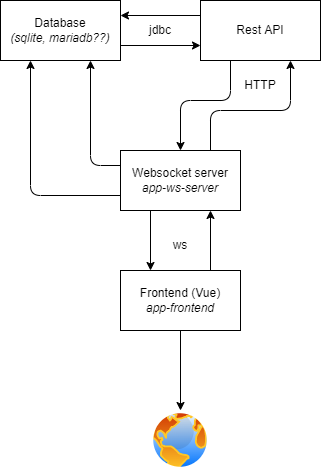
Above: docs/target_archi.png in remiCzn/rififis-a-phiphi (draw.io), before the change. Source tidied: cells renumbered, new cells last; positions are measured from the earlier drawing's top-left corner, leaving out a move shared by most shapes.
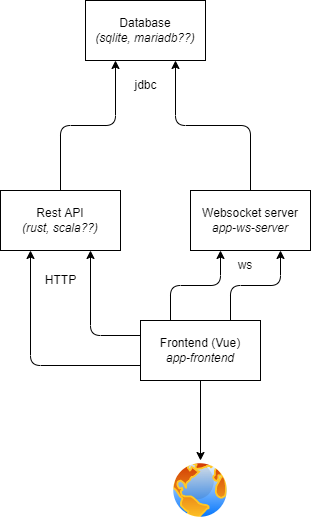
The same diagram one commit later.

What changed in the source:
```diff
@@ -7,63 +7,47 @@
         <mxPoint x="180" y="410" as="targetPoint" />
       </mxGeometry>
     </mxCell>
-    <mxCell id="3" style="edgeStyle=none;html=1;exitX=0.75;exitY=0;exitDx=0;exitDy=0;entryX=0.75;entryY=1;entryDx=0;entryDy=0;" parent="1" edge="1" source="4" target="10">
+    <mxCell id="3" style="edgeStyle=orthogonalEdgeStyle;html=1;exitX=0.75;exitY=0;exitDx=0;exitDy=0;entryX=0.75;entryY=1;entryDx=0;entryDy=0;" parent="1" edge="1" source="4" target="10">
       <mxGeometry relative="1" as="geometry" />
     </mxCell>
+    <mxCell id="19" style="edgeStyle=orthogonalEdgeStyle;html=1;exitX=0.25;exitY=0;exitDx=0;exitDy=0;entryX=0.25;entryY=1;entryDx=0;entryDy=0;" parent="1" edge="1" source="4" target="10">
+      <mxGeometry relative="1" as="geometry" />
+    </mxCell>
+    <mxCell id="20" style="edgeStyle=orthogonalEdgeStyle;html=1;exitX=0;exitY=0.25;exitDx=0;exitDy=0;entryX=0.75;entryY=1;entryDx=0;entryDy=0;" parent="1" edge="1" source="4" target="13">
+      <mxGeometry relative="1" as="geometry" />
+    </mxCell>
+    <mxCell id="21" style="edgeStyle=orthogonalEdgeStyle;html=1;exitX=0;exitY=0.75;exitDx=0;exitDy=0;entryX=0.25;entryY=1;entryDx=0;entryDy=0;" parent="1" edge="1" source="4" target="13">
+      <mxGeometry relative="1" as="geometry" />
+    </mxCell>
     <mxCell id="4" value="Frontend (Vue)&lt;br&gt;&lt;i&gt;app-frontend&lt;/i&gt;" style="rounded=0;whiteSpace=wrap;html=1;" parent="1" vertex="1">
       <mxGeometry x="120" y="270" width="120" height="60" as="geometry" />
     </mxCell>
     <mxCell id="5" style="perimeter=ellipsePerimeter;html=1;align=center;shadow=0;dashed=0;spacingTop=3;image;image=img/lib/active_directory/internet_globe.svg;" parent="1" vertex="1">
       <mxGeometry x="150" y="410" width="60" height="60" as="geometry" />
     </mxCell>
-    <mxCell id="6" style="edgeStyle=none;html=1;exitX=0.25;exitY=1;exitDx=0;exitDy=0;entryX=0.25;entryY=0;entryDx=0;entryDy=0;" parent="1" edge="1" source="10" target="4">
-      <mxGeometry relative="1" as="geometry" />
-    </mxCell>
-    <mxCell id="7" style="edgeStyle=orthogonalEdgeStyle;html=1;exitX=0.75;exitY=0;exitDx=0;exitDy=0;entryX=0.75;entryY=1;entryDx=0;entryDy=0;" parent="1" edge="1" source="10" target="13">
-      <mxGeometry relative="1" as="geometry">
-        <Array as="points">
-          <mxPoint x="210" y="110" />
-          <mxPoint x="290" y="110" />
-        </Array>
-      </mxGeometry>
-    </mxCell>
-    <mxCell id="8" style="edgeStyle=orthogonalEdgeStyle;html=1;exitX=0;exitY=0.25;exitDx=0;exitDy=0;entryX=0.75;entryY=1;entryDx=0;entryDy=0;" parent="1" edge="1" source="10" target="17">
-      <mxGeometry relative="1" as="geometry" />
-    </mxCell>
-    <mxCell id="9" style="edgeStyle=orthogonalEdgeStyle;html=1;exitX=0;exitY=0.75;exitDx=0;exitDy=0;entryX=0.25;entryY=1;entryDx=0;entryDy=0;" parent="1" edge="1" source="10" target="17">
-      <mxGeometry relative="1" as="geometry" />
-    </mxCell>
+    <mxCell id="22" style="edgeStyle=orthogonalEdgeStyle;html=1;exitX=0.5;exitY=0;exitDx=0;exitDy=0;entryX=0.75;entryY=1;entryDx=0;entryDy=0;" parent="1" edge="1" source="10" target="17">
+      <mxGeometry relative="1" as="geometry" />
+    </mxCell>
     <mxCell id="10" value="Websocket server&lt;br&gt;&lt;i&gt;app-ws-server&lt;/i&gt;" style="rounded=0;whiteSpace=wrap;html=1;" parent="1" vertex="1">
-      <mxGeometry x="120" y="150" width="120" height="60" as="geometry" />
+      <mxGeometry x="170" y="140" width="120" height="60" as="geometry" />
     </mxCell>
-    <mxCell id="11" style="edgeStyle=orthogonalEdgeStyle;html=1;exitX=0.25;exitY=1;exitDx=0;exitDy=0;entryX=0.5;entryY=0;entryDx=0;entryDy=0;" parent="1" edge="1" source="13" target="10">
-      <mxGeometry relative="1" as="geometry">
-        <Array as="points">
-          <mxPoint x="230" y="100" />
-          <mxPoint x="180" y="100" />
-        </Array>
-      </mxGeometry>
-    </mxCell>
-    <mxCell id="12" style="edgeStyle=orthogonalEdgeStyle;html=1;exitX=0;exitY=0.25;exitDx=0;exitDy=0;entryX=1;entryY=0.25;entryDx=0;entryDy=0;" parent="1" edge="1" source="13" target="17">
+    <mxCell id="12" style="edgeStyle=orthogonalEdgeStyle;html=1;exitX=0.5;exitY=0;exitDx=0;exitDy=0;entryX=0.25;entryY=1;entryDx=0;entryDy=0;" parent="1" edge="1" source="13" target="17">
       <mxGeometry relative="1" as="geometry" />
     </mxCell>
-    <mxCell id="13" value="Rest API" style="rounded=0;whiteSpace=wrap;html=1;" parent="1" vertex="1">
-      <mxGeometry x="200" width="120" height="60" as="geometry" />
+    <mxCell id="13" value="Rest API&lt;br&gt;&lt;i&gt;(rust, scala??)&lt;/i&gt;" style="rounded=0;whiteSpace=wrap;html=1;" parent="1" vertex="1">
+      <mxGeometry x="-20" y="140" width="120" height="60" as="geometry" />
     </mxCell>
     <mxCell id="14" value="ws" style="text;html=1;strokeColor=none;fillColor=none;align=center;verticalAlign=middle;whiteSpace=wrap;rounded=0;" parent="1" vertex="1">
-      <mxGeometry x="150" y="230" width="60" height="30" as="geometry" />
+      <mxGeometry x="210" y="200" width="30" height="30" as="geometry" />
     </mxCell>
+    <mxCell id="17" value="Database&lt;br&gt;&lt;i&gt;(sqlite, mariadb??)&lt;/i&gt;" style="rounded=0;whiteSpace=wrap;html=1;" parent="1" vertex="1">
+      <mxGeometry x="65" y="-50" width="120" height="60" as="geometry" />
+    </mxCell>
-    <mxCell id="15" value="HTTP" style="text;html=1;strokeColor=none;fillColor=none;align=center;verticalAlign=middle;whiteSpace=wrap;rounded=0;" parent="1" vertex="1">
-      <mxGeometry x="230" y="70" width="60" height="30" as="geometry" />
+    <mxCell id="15" value="HTTP" style="text;html=1;align=center;verticalAlign=middle;strokeColor=none;fillColor=none;" parent="1" vertex="1">
+      <mxGeometry x="15" y="215" width="50" height="30" as="geometry" />
     </mxCell>
-    <mxCell id="16" style="edgeStyle=orthogonalEdgeStyle;html=1;exitX=1;exitY=0.75;exitDx=0;exitDy=0;entryX=0;entryY=0.75;entryDx=0;entryDy=0;" parent="1" edge="1" source="17" target="13">
-      <mxGeometry relative="1" as="geometry" />
-    </mxCell>
-    <mxCell id="17" value="Database&lt;br&gt;&lt;i&gt;(sqlite, mariadb??)&lt;/i&gt;" style="rounded=0;whiteSpace=wrap;html=1;" parent="1" vertex="1">
-      <mxGeometry width="120" height="60" as="geometry" />
-    </mxCell>
-    <mxCell id="18" value="jdbc" style="text;html=1;strokeColor=none;fillColor=none;align=center;verticalAlign=middle;whiteSpace=wrap;rounded=0;" parent="1" vertex="1">
-      <mxGeometry x="130" y="15" width="60" height="30" as="geometry" />
+    <mxCell id="18" value="jdbc" style="text;html=1;align=center;verticalAlign=middle;strokeColor=none;fillColor=none;" parent="1" vertex="1">
+      <mxGeometry x="100" y="20" width="50" height="30" as="geometry" />
     </mxCell>
   </root>
 </mxGraphModel>
```
